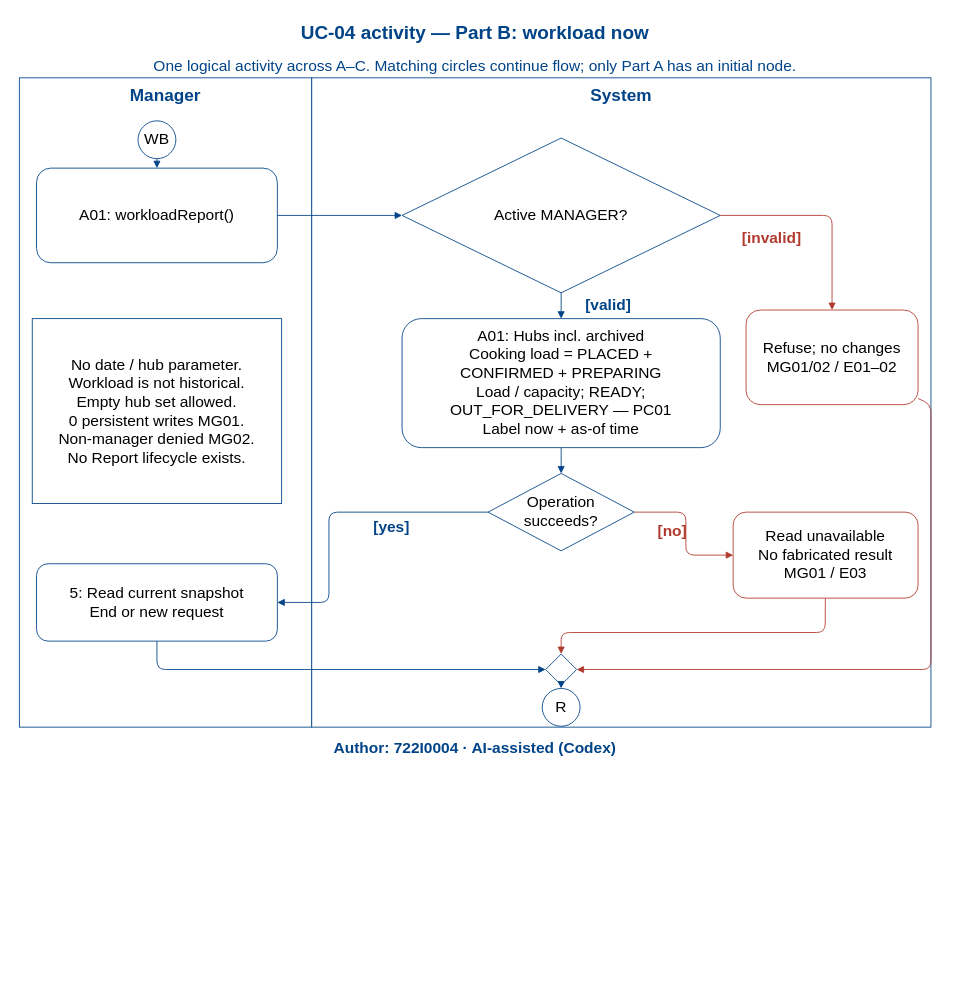
Dat071104/SaigonBite keeps this draw.io diagram as models/UC-04/activity_uc04_PartB.drawio. Above is the earlier version. Source tidied: cells renumbered, new cells numbered last; positions are measured from the earlier drawing's top-left corner, leaving out a move shared by most shapes. Both pictures are drawn from the tidied source at 86%, with x=0, y=0 at pixel (15, 15).
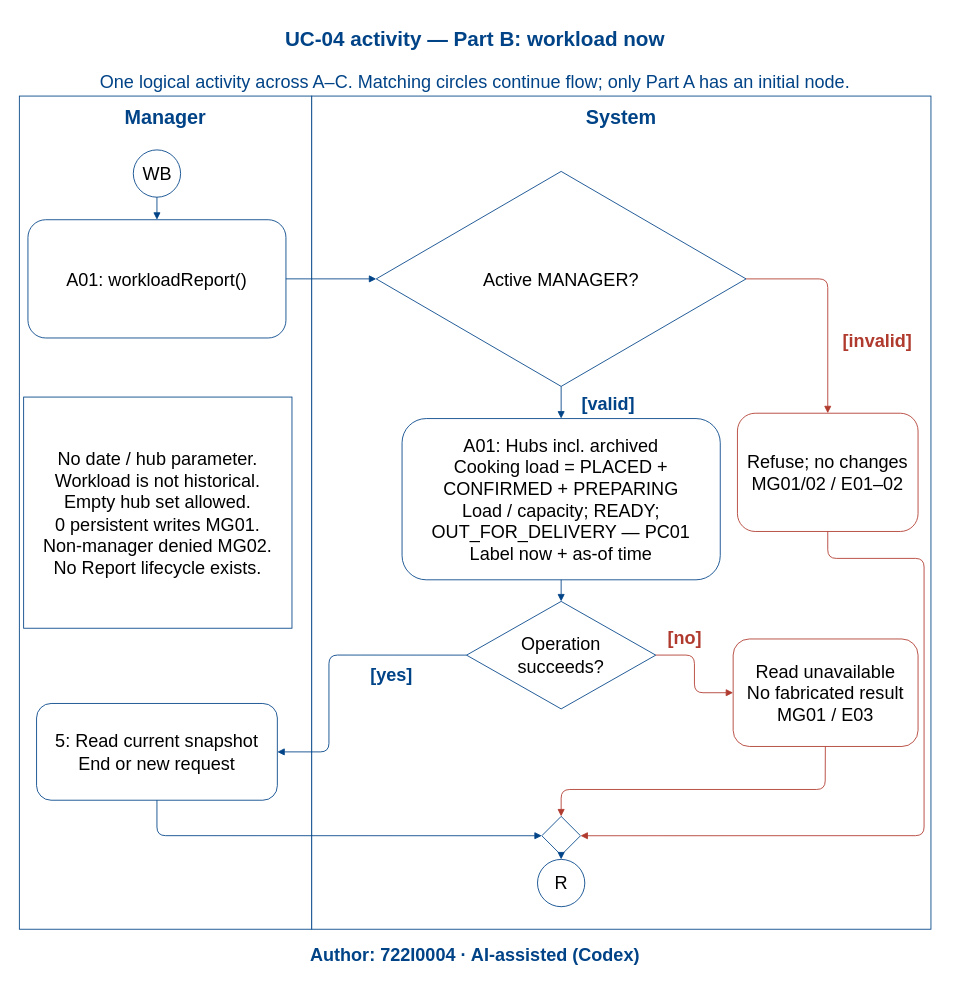
The same page after the edit.

Change to the diagram source:
```diff
@@
-    <mxCell id="2" value="UC-04 activity — Part B: workload now" style="text;html=0;whiteSpace=wrap;fontSize=22;fontColor=#004387;fontStyle=1;align=center;verticalAlign=middle;strokeColor=none;fillColor=none;" parent="1" vertex="1">
-      <mxGeometry x="5" width="1060" height="42" as="geometry" />
+    <mxCell id="2" value="UC-04 activity — Part B: workload now" style="text;html=0;whiteSpace=wrap;fontSize=24;fontColor=#004387;fontStyle=1;align=center;verticalAlign=middle;strokeColor=none;fillColor=none;" parent="1" vertex="1">
+      <mxGeometry x="5" y="3" width="1060" height="52.5" as="geometry" />
     </mxCell>
-    <mxCell id="3" value="Author: 722I0004 · AI-assisted (Codex)" style="text;html=0;whiteSpace=wrap;fontSize=18;fontColor=#004387;fontStyle=1;align=center;verticalAlign=middle;strokeColor=none;fillColor=none;" parent="1" vertex="1">
-      <mxGeometry x="5" y="838" width="1060" height="28" as="geometry" />
+    <mxCell id="3" value="Author: 722I0004 · AI-assisted (Codex)" style="text;html=0;whiteSpace=wrap;fontSize=21;fontColor=#004387;fontStyle=1;align=center;verticalAlign=middle;strokeColor=none;fillColor=none;" parent="1" vertex="1">
+      <mxGeometry x="5" y="1075.5" width="1060" height="35" as="geometry" />
     </mxCell>
-    <mxCell id="4" style="rounded=0;html=0;whiteSpace=wrap;strokeColor=#004387;fillColor=white;fontSize=18;align=center;verticalAlign=middle;" parent="1" vertex="1">
-      <mxGeometry x="5" y="73" width="340" height="755" as="geometry" />
+    <mxCell id="4" style="rounded=0;html=0;whiteSpace=wrap;strokeColor=#004387;fillColor=white;fontSize=21;align=center;verticalAlign=middle;" parent="1" vertex="1">
+      <mxGeometry x="5" y="94.2" width="340" height="968.8" as="geometry" />
     </mxCell>
-    <mxCell id="5" style="rounded=0;html=0;whiteSpace=wrap;strokeColor=#004387;fillColor=white;fontSize=18;align=center;verticalAlign=middle;" parent="1" vertex="1">
-      <mxGeometry x="345" y="73" width="720" height="755" as="geometry" />
+    <mxCell id="5" style="rounded=0;html=0;whiteSpace=wrap;strokeColor=#004387;fillColor=white;fontSize=21;align=center;verticalAlign=middle;" parent="1" vertex="1">
+      <mxGeometry x="345" y="94.2" width="720" height="968.8" as="geometry" />
     </mxCell>
-    <mxCell id="6" value="Manager" style="text;html=0;whiteSpace=wrap;fontSize=20;fontColor=#004387;fontStyle=1;align=center;verticalAlign=middle;strokeColor=none;fillColor=none;" parent="1" vertex="1">
-      <mxGeometry x="10" y="78" width="330" height="30" as="geometry" />
+    <mxCell id="6" value="Manager" style="text;html=0;whiteSpace=wrap;fontSize=23;fontColor=#004387;fontStyle=1;align=center;verticalAlign=middle;strokeColor=none;fillColor=none;" parent="1" vertex="1">
+      <mxGeometry x="10" y="100.5" width="330" height="37.5" as="geometry" />
     </mxCell>
-    <mxCell id="7" value="System" style="text;html=0;whiteSpace=wrap;fontSize=20;fontColor=#004387;fontStyle=1;align=center;verticalAlign=middle;strokeColor=none;fillColor=none;" parent="1" vertex="1">
-      <mxGeometry x="350" y="78" width="710" height="30" as="geometry" />
+    <mxCell id="7" value="System" style="text;html=0;whiteSpace=wrap;fontSize=23;fontColor=#004387;fontStyle=1;align=center;verticalAlign=middle;strokeColor=none;fillColor=none;" parent="1" vertex="1">
+      <mxGeometry x="350" y="100.5" width="710" height="37.5" as="geometry" />
     </mxCell>
-    <mxCell id="8" value="WB" style="ellipse;html=0;whiteSpace=wrap;strokeColor=#004387;fillColor=white;fontSize=18;align=center;verticalAlign=middle;" parent="1" vertex="1">
-      <mxGeometry x="143" y="123" width="44" height="44" as="geometry" />
+    <mxCell id="8" value="WB" style="ellipse;html=0;whiteSpace=wrap;strokeColor=#004387;fillColor=white;fontSize=21;align=center;verticalAlign=middle;" parent="1" vertex="1">
+      <mxGeometry x="137.5" y="156.8" width="55" height="55" as="geometry" />
     </mxCell>
-    <mxCell id="9" value="A01: workloadReport()" style="rounded=1;html=0;whiteSpace=wrap;strokeColor=#004387;fillColor=white;fontSize=18;align=center;verticalAlign=middle;" parent="1" vertex="1">
-      <mxGeometry x="25" y="178" width="280" height="110" as="geometry" />
+    <mxCell id="9" value="A01: workloadReport()" style="rounded=1;html=0;whiteSpace=wrap;strokeColor=#004387;fillColor=white;fontSize=21;align=center;verticalAlign=middle;" parent="1" vertex="1">
+      <mxGeometry x="15" y="238" width="300" height="137.5" as="geometry" />
     </mxCell>
-    <mxCell id="10" value="Active MANAGER?" style="rhombus;html=0;whiteSpace=wrap;strokeColor=#004387;fillColor=white;fontSize=18;align=center;verticalAlign=middle;" parent="1" vertex="1">
-      <mxGeometry x="450" y="143" width="370" height="180" as="geometry" />
+    <mxCell id="10" value="Active MANAGER?" style="rhombus;html=0;whiteSpace=wrap;strokeColor=#004387;fillColor=white;fontSize=21;align=center;verticalAlign=middle;" parent="1" vertex="1">
+      <mxGeometry x="420" y="181.8" width="430" height="250" as="geometry" />
     </mxCell>
-    <mxCell id="11" value="A01: Hubs incl. archived&#10;Cooking load = PLACED +&#10;CONFIRMED + PREPARING&#10;Load / capacity; READY;&#10;OUT_FOR_DELIVERY — PC01&#10;Label now + as-of time" style="rounded=1;html=0;whiteSpace=wrap;strokeColor=#004387;fillColor=white;fontSize=18;align=center;verticalAlign=middle;" parent="1" vertex="1">
-      <mxGeometry x="450" y="353" width="370" height="150" as="geometry" />
+    <mxCell id="11" value="A01: Hubs incl. archived&#10;Cooking load = PLACED +&#10;CONFIRMED + PREPARING&#10;Load / capacity; READY;&#10;OUT_FOR_DELIVERY — PC01&#10;Label now + as-of time" style="rounded=1;html=0;whiteSpace=wrap;strokeColor=#004387;fillColor=white;fontSize=21;align=center;verticalAlign=middle;" parent="1" vertex="1">
+      <mxGeometry x="450" y="469.2" width="370" height="187.5" as="geometry" />
     </mxCell>
-    <mxCell id="12" value="Operation&#10;succeeds?" style="rhombus;html=0;whiteSpace=wrap;strokeColor=#004387;fillColor=white;fontSize=18;align=center;verticalAlign=middle;" parent="1" vertex="1">
-      <mxGeometry x="550" y="533" width="170" height="90" as="geometry" />
+    <mxCell id="12" value="Operation&#10;succeeds?" style="rhombus;html=0;whiteSpace=wrap;strokeColor=#004387;fillColor=white;fontSize=21;align=center;verticalAlign=middle;" parent="1" vertex="1">
+      <mxGeometry x="525" y="681.8" width="220" height="125" as="geometry" />
     </mxCell>
-    <mxCell id="13" value="Refuse; no changes&#10;MG01/02 / E01–02" style="rounded=1;html=0;whiteSpace=wrap;strokeColor=#B03A2E;fillColor=white;fontSize=18;align=center;verticalAlign=middle;" parent="1" vertex="1">
-      <mxGeometry x="850" y="343" width="200" height="110" as="geometry" />
+    <mxCell id="13" value="Refuse; no changes&#10;MG01/02 / E01–02" style="rounded=1;html=0;whiteSpace=wrap;strokeColor=#B03A2E;fillColor=white;fontSize=21;align=center;verticalAlign=middle;" parent="1" vertex="1">
+      <mxGeometry x="840" y="463" width="210" height="137.5" as="geometry" />
     </mxCell>
-    <mxCell id="14" value="Read unavailable&#10;No fabricated result&#10;MG01 / E03" style="rounded=1;html=0;whiteSpace=wrap;strokeColor=#B03A2E;fillColor=white;fontSize=18;align=center;verticalAlign=middle;" parent="1" vertex="1">
-      <mxGeometry x="835" y="578" width="215" height="100" as="geometry" />
+    <mxCell id="14" value="Read unavailable&#10;No fabricated result&#10;MG01 / E03" style="rounded=1;html=0;whiteSpace=wrap;strokeColor=#B03A2E;fillColor=white;fontSize=21;align=center;verticalAlign=middle;" parent="1" vertex="1">
+      <mxGeometry x="835" y="725.5" width="215" height="125" as="geometry" />
     </mxCell>
-    <mxCell id="15" value="5: Read current snapshot&#10;End or new request" style="rounded=1;html=0;whiteSpace=wrap;strokeColor=#004387;fillColor=white;fontSize=18;align=center;verticalAlign=middle;" parent="1" vertex="1">
-      <mxGeometry x="25" y="638" width="280" height="90" as="geometry" />
+    <mxCell id="15" value="5: Read current snapshot&#10;End or new request" style="rounded=1;html=0;whiteSpace=wrap;strokeColor=#004387;fillColor=white;fontSize=21;align=center;verticalAlign=middle;" parent="1" vertex="1">
+      <mxGeometry x="25" y="800.5" width="280" height="112.5" as="geometry" />
     </mxCell>
-    <mxCell id="16" style="rhombus;html=0;whiteSpace=wrap;strokeColor=#004387;fillColor=white;fontSize=18;align=center;verticalAlign=middle;" parent="1" vertex="1">
-      <mxGeometry x="617" y="743" width="36" height="36" as="geometry" />
+    <mxCell id="16" style="rhombus;html=0;whiteSpace=wrap;strokeColor=#004387;fillColor=white;fontSize=21;align=center;verticalAlign=middle;" parent="1" vertex="1">
+      <mxGeometry x="612.5" y="931.8" width="45" height="45" as="geometry" />
     </mxCell>
-    <mxCell id="17" value="R" style="ellipse;html=0;whiteSpace=wrap;strokeColor=#004387;fillColor=white;fontSize=18;align=center;verticalAlign=middle;" parent="1" vertex="1">
-      <mxGeometry x="613" y="783" width="44" height="44" as="geometry" />
+    <mxCell id="17" value="R" style="ellipse;html=0;whiteSpace=wrap;strokeColor=#004387;fillColor=white;fontSize=21;align=center;verticalAlign=middle;" parent="1" vertex="1">
+      <mxGeometry x="607.5" y="981.8" width="55" height="55" as="geometry" />
     </mxCell>
-    <mxCell id="18" value="No date / hub parameter.&#10;Workload is not historical.&#10;Empty hub set allowed.&#10;0 persistent writes MG01.&#10;Non-manager denied MG02.&#10;No Report lifecycle exists." style="rounded=0;html=0;whiteSpace=wrap;strokeColor=#004387;fillColor=white;fontSize=18;align=center;verticalAlign=middle;" parent="1" vertex="1">
-      <mxGeometry x="20" y="353" width="290" height="215" as="geometry" />
+    <mxCell id="18" value="No date / hub parameter.&#10;Workload is not historical.&#10;Empty hub set allowed.&#10;0 persistent writes MG01.&#10;Non-manager denied MG02.&#10;No Report lifecycle exists." style="rounded=0;html=0;whiteSpace=wrap;strokeColor=#004387;fillColor=white;fontSize=21;align=center;verticalAlign=middle;" parent="1" vertex="1">
+      <mxGeometry x="10" y="444.2" width="312" height="268.8" as="geometry" />
     </mxCell>
@@
-    <mxCell id="22" value="[valid]" style="text;html=0;whiteSpace=wrap;fontSize=18;fontColor=#004387;fontStyle=1;align=center;verticalAlign=middle;strokeColor=none;fillColor=none;" parent="1" vertex="1">
-      <mxGeometry x="640" y="325" width="100" height="26" as="geometry" />
+    <mxCell id="22" value="[valid]" style="text;html=0;whiteSpace=wrap;fontSize=21;fontColor=#004387;fontStyle=1;align=center;verticalAlign=middle;strokeColor=none;fillColor=none;" parent="1" vertex="1">
+      <mxGeometry x="640" y="435.5" width="100" height="32.5" as="geometry" />
     </mxCell>
     <mxCell id="23" style="edgeStyle=none;html=0;endArrow=block;strokeColor=#B03A2E;" parent="1" edge="1" source="10" target="13">
       <mxGeometry relative="1" as="geometry">
         <Array as="points">
-          <mxPoint x="950" y="233" />
+          <mxPoint x="945" y="306.8" />
         </Array>
       </mxGeometry>
     </mxCell>
-    <mxCell id="24" value="[invalid]" style="text;html=0;whiteSpace=wrap;fontSize=18;fontColor=#B03A2E;fontStyle=1;align=center;verticalAlign=middle;strokeColor=none;fillColor=none;" parent="1" vertex="1">
-      <mxGeometry x="820" y="246" width="120" height="26" as="geometry" />
+    <mxCell id="24" value="[invalid]" style="text;html=0;whiteSpace=wrap;fontSize=21;fontColor=#B03A2E;fontStyle=1;align=center;verticalAlign=middle;strokeColor=none;fillColor=none;" parent="1" vertex="1">
+      <mxGeometry x="953" y="363" width="100" height="32.5" as="geometry" />
     </mxCell>
@@
     <mxCell id="26" style="edgeStyle=none;html=0;endArrow=block;strokeColor=#004387;" parent="1" edge="1" source="12" target="15">
       <mxGeometry relative="1" as="geometry">
         <Array as="points">
-          <mxPoint x="365" y="578" />
-          <mxPoint x="365" y="683" />
+          <mxPoint x="365" y="744.2" />
+          <mxPoint x="365" y="856.8" />
         </Array>
       </mxGeometry>
     </mxCell>
-    <mxCell id="27" value="[yes]" style="text;html=0;whiteSpace=wrap;fontSize=18;fontColor=#004387;fontStyle=1;align=center;verticalAlign=middle;strokeColor=none;fillColor=none;" parent="1" vertex="1">
-      <mxGeometry x="393" y="583" width="90" height="26" as="geometry" />
+    <mxCell id="27" value="[yes]" style="text;html=0;whiteSpace=wrap;fontSize=21;fontColor=#004387;fontStyle=1;align=center;verticalAlign=middle;strokeColor=none;fillColor=none;" parent="1" vertex="1">
+      <mxGeometry x="393" y="750.5" width="90" height="32.5" as="geometry" />
     </mxCell>
     <mxCell id="28" style="edgeStyle=none;html=0;endArrow=block;strokeColor=#B03A2E;" parent="1" edge="1" source="12" target="14">
       <mxGeometry relative="1" as="geometry">
         <Array as="points">
-          <mxPoint x="780" y="578" />
-          <mxPoint x="780" y="628" />
+          <mxPoint x="790" y="744.2" />
+          <mxPoint x="790" y="788" />
         </Array>
       </mxGeometry>
     </mxCell>
-    <mxCell id="29" value="[no]" style="text;html=0;whiteSpace=wrap;fontSize=18;fontColor=#B03A2E;fontStyle=1;align=center;verticalAlign=middle;strokeColor=none;fillColor=none;" parent="1" vertex="1">
-      <mxGeometry x="732" y="587" width="65" height="26" as="geometry" />
+    <mxCell id="29" value="[no]" style="text;html=0;whiteSpace=wrap;fontSize=21;fontColor=#B03A2E;fontStyle=1;align=center;verticalAlign=middle;strokeColor=none;fillColor=none;" parent="1" vertex="1">
+      <mxGeometry x="749" y="708" width="60" height="32.5" as="geometry" />
     </mxCell>
     <mxCell id="30" style="edgeStyle=none;html=0;endArrow=block;strokeColor=#B03A2E;" parent="1" edge="1" source="13" target="16">
       <mxGeometry relative="1" as="geometry">
         <Array as="points">
-          <mxPoint x="1065" y="453" />
-          <mxPoint x="1065" y="761" />
+          <mxPoint x="945" y="631.8" />
+          <mxPoint x="1057" y="631.8" />
+          <mxPoint x="1057" y="954.2" />
         </Array>
       </mxGeometry>
     </mxCell>
     <mxCell id="31" style="edgeStyle=none;html=0;endArrow=block;strokeColor=#B03A2E;" parent="1" edge="1" source="14" target="16">
       <mxGeometry relative="1" as="geometry">
         <Array as="points">
-          <mxPoint x="942" y="718" />
-          <mxPoint x="635" y="718" />
+          <mxPoint x="942" y="900.5" />
+          <mxPoint x="635" y="900.5" />
         </Array>
       </mxGeometry>
     </mxCell>
     <mxCell id="32" style="edgeStyle=none;html=0;endArrow=block;strokeColor=#004387;" parent="1" edge="1" source="15" target="16">
       <mxGeometry relative="1" as="geometry">
         <Array as="points">
-          <mxPoint x="165" y="761" />
+          <mxPoint x="165" y="954.2" />
         </Array>
       </mxGeometry>
     </mxCell>
@@
-    <mxCell id="34" value="One logical activity across A–C. Matching circles continue flow; only Part A has an initial node." style="text;html=0;whiteSpace=wrap;fontSize=18;fontColor=#004387;fontStyle=0;align=center;verticalAlign=middle;strokeColor=none;fillColor=none;" parent="1" vertex="1">
-      <mxGeometry y="46" width="1070" height="26" as="geometry" />
+    <mxCell id="34" value="One logical activity across A–C. Matching circles continue flow; only Part A has an initial node." style="text;html=0;whiteSpace=wrap;fontSize=21;fontColor=#004387;fontStyle=0;align=center;verticalAlign=middle;strokeColor=none;fillColor=none;" parent="1" vertex="1">
+      <mxGeometry y="60.5" width="1070" height="32.5" as="geometry" />
     </mxCell>
```
